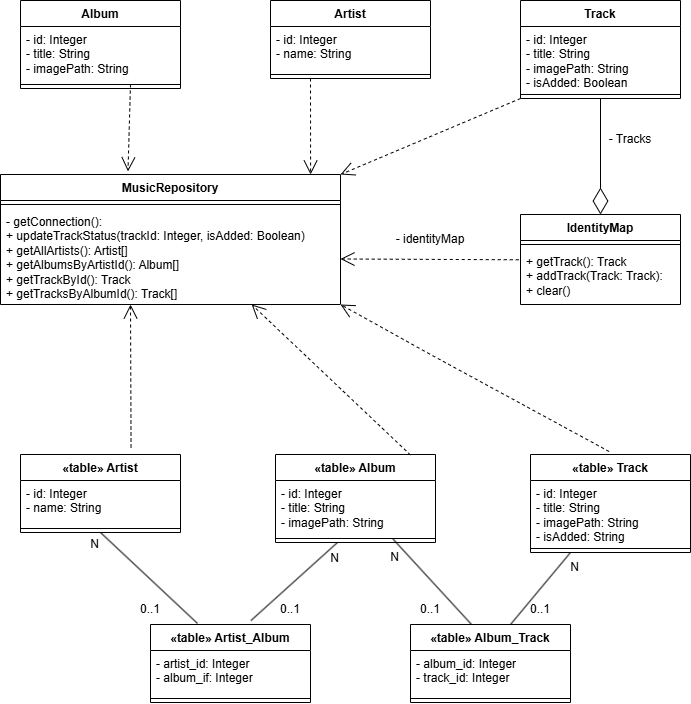
This is lab04/ClassDiagram.png from eksbatuk/Object-oriented-analysis-and-design-2, a draw.io export, as it was before one commit. Source tidied: cells renumbered, new cells last; positions are measured from the earlier drawing's top-left corner, leaving out a move shared by most shapes.
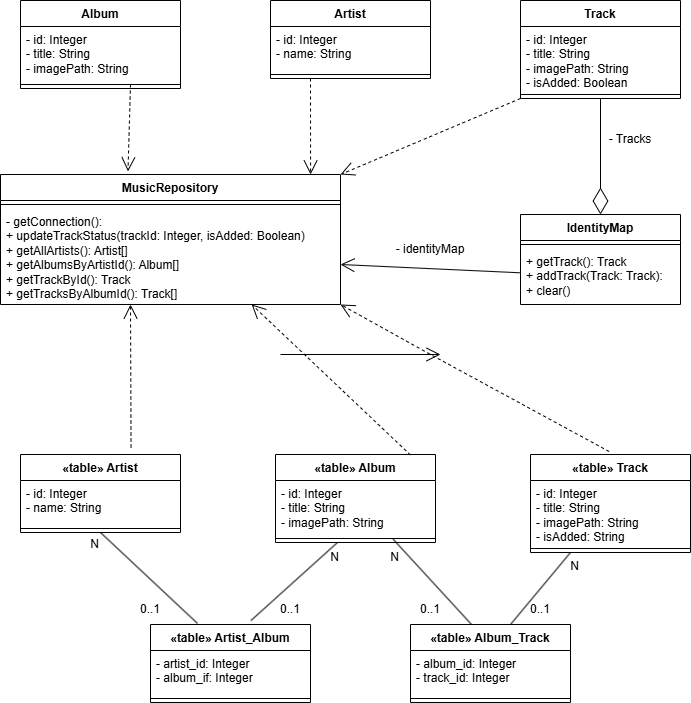
Above is the later version.

What changed in the source:
```diff
@@ -53,14 +53,8 @@
     <mxCell id="18" value="- Tracks" style="text;html=1;whiteSpace=wrap;strokeColor=none;fillColor=none;align=center;verticalAlign=middle;rounded=0;" parent="1" vertex="1">
       <mxGeometry x="600" y="124" width="60" height="30" as="geometry" />
     </mxCell>
-    <mxCell id="19" style="endArrow=open;endSize=12;dashed=1;html=1;rounded=0;entryX=-0.011;entryY=0.093;entryDx=0;entryDy=0;entryPerimeter=0;" parent="1" edge="1">
-      <mxGeometry relative="1" as="geometry">
-        <mxPoint x="518.2" y="259.3" as="sourcePoint" />
-        <mxPoint x="340" y="258.5" as="targetPoint" />
-      </mxGeometry>
-    </mxCell>
     <mxCell id="20" value="- identityMap" style="text;html=1;whiteSpace=wrap;strokeColor=none;fillColor=none;align=center;verticalAlign=middle;rounded=0;" parent="1" vertex="1">
-      <mxGeometry x="390" y="224" width="80" height="30" as="geometry" />
+      <mxGeometry x="390" y="234" width="80" height="30" as="geometry" />
     </mxCell>
     <mxCell id="21" style="endArrow=open;endSize=12;dashed=1;html=1;rounded=0;entryX=0.375;entryY=-0.024;entryDx=0;entryDy=0;entryPerimeter=0;" parent="1" edge="1" target="14">
       <mxGeometry relative="1" as="geometry">
@@ -185,5 +179,16 @@
     <mxCell id="53" value="0..1" style="text;html=1;whiteSpace=wrap;strokeColor=none;fillColor=none;align=center;verticalAlign=middle;rounded=0;" parent="1" vertex="1">
       <mxGeometry x="120" y="594" width="60" height="30" as="geometry" />
     </mxCell>
+    <mxCell id="54" style="endArrow=open;endFill=1;endSize=12;html=1;rounded=0;" parent="1" edge="1">
+      <mxGeometry relative="1" as="geometry">
+        <mxPoint x="280" y="354" as="sourcePoint" />
+        <mxPoint x="440" y="354" as="targetPoint" />
+      </mxGeometry>
+    </mxCell>
+    <mxCell id="55" style="endArrow=open;endFill=1;endSize=12;html=1;rounded=0;" parent="1" edge="1" source="7">
+      <mxGeometry relative="1" as="geometry">
+        <mxPoint x="340" y="264" as="targetPoint" />
+      </mxGeometry>
+    </mxCell>
   </root>
 </mxGraphModel>
```
